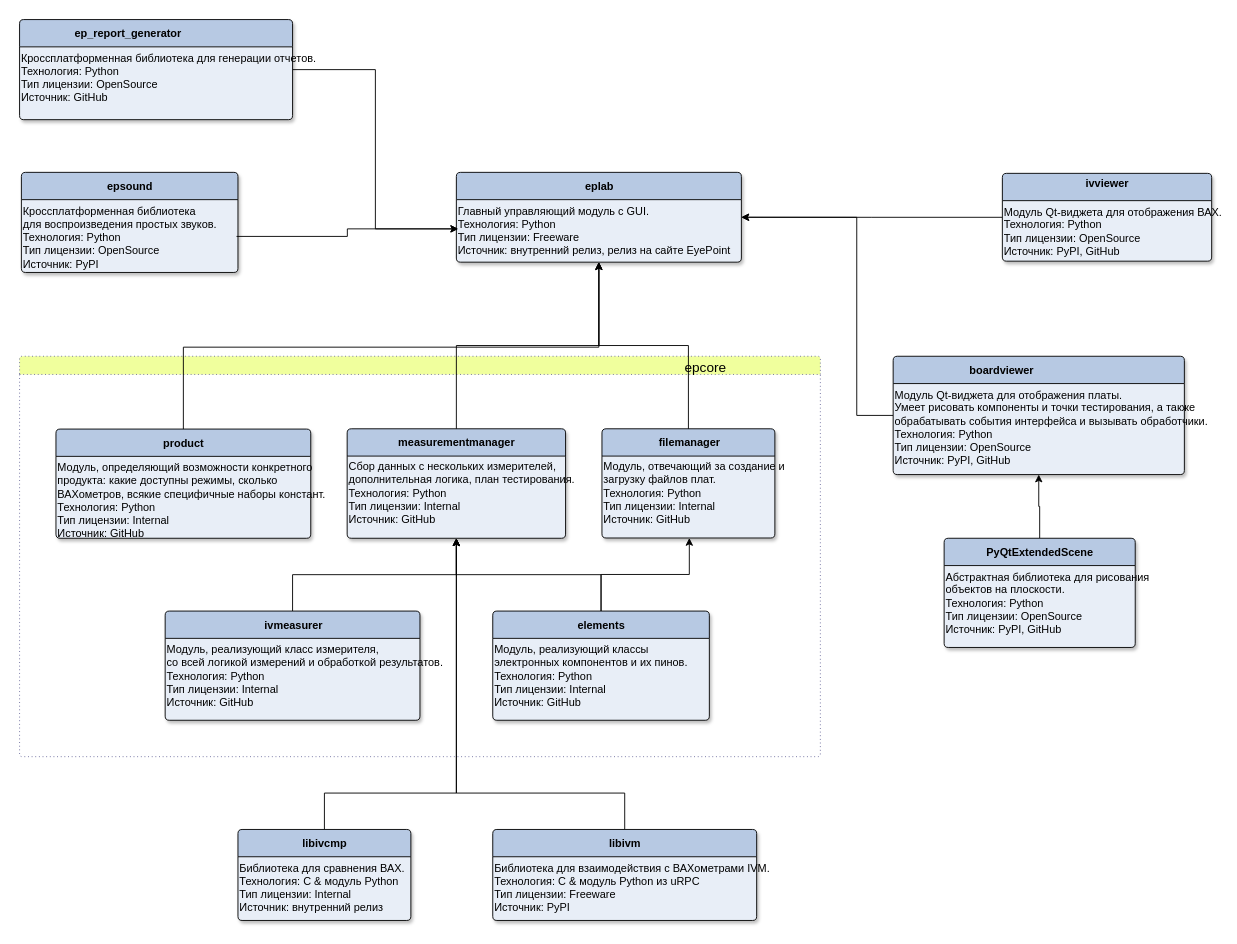
Earlier version of the draw.io diagram doc/eplab.drawio (EPC-MSU/EPLab). Source tidied: cells renumbered, new cells numbered last; positions are measured from the earlier drawing's top-left corner, leaving out a move shared by most shapes. Both pictures are drawn from the tidied source at 91%, with x=0, y=0 at pixel (19, 19).
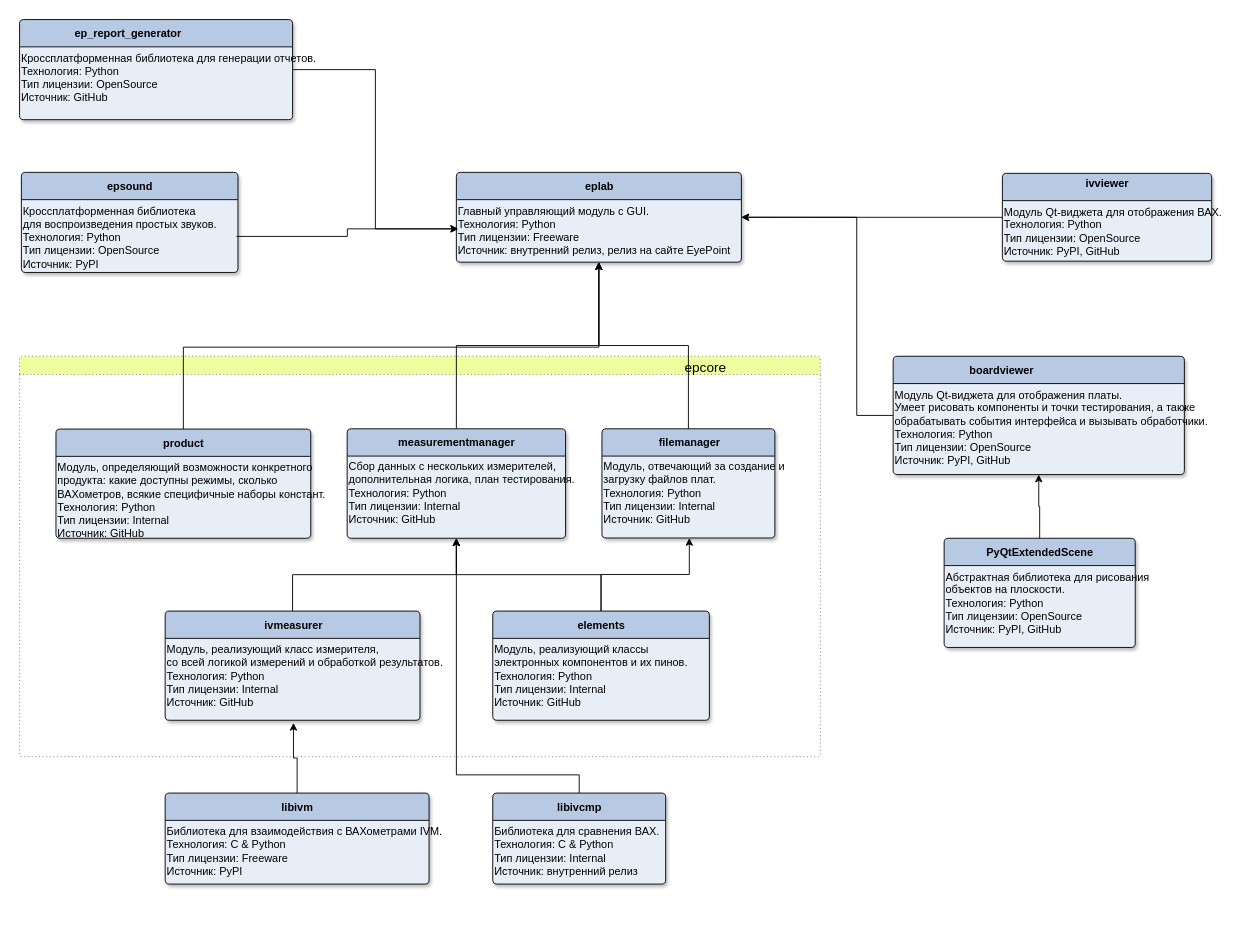
The same diagram, later.

Commit message:
Fixed drawing with architecture

Unchanged cells that the change refers to:
```xml
<mxCell id="27" value="Модуль, реализующий класс измерителя, &lt;br&gt;со всей логикой измерений и обработкой результатов.&lt;br&gt;Технология:&lt;span style=&quot;background-color: transparent; color: light-dark(rgb(0, 0, 0), rgb(237, 237, 237));&quot;&gt;&amp;nbsp;Python&lt;/span&gt;&lt;div&gt;Тип лицензии: Internal&lt;br&gt;Источник: GitHub&lt;/div&gt;" style="text;html=1;spacing=0;align=left;fontFamily=dialog;fontSize=12;fontStyle=0;=center;fontColor=#000000;verticalAlign=top;" parent="26" vertex="1">
  <mxGeometry x="2" y="30.7" width="278" height="92.2" as="geometry" />
</mxCell>
<mxCell id="40" style="graphMlID=n6::n4;gradientDirection=east;shape=swimlane;startSize=30;rounded=1;arcSize=5;fillColor=#B7C9E3;gradientColor=#b7c9e3;strokeColor=#000000;strokeWidth=1.0;shadow=1;swimlaneFillColor=#E8EEF7;" parent="24" vertex="1">
  <mxGeometry x="360" y="79.7" width="240" height="120.3" as="geometry" />
</mxCell>
```

What changed in the source:
```diff
@@
     <mxCell id="2" style="edgeStyle=orthogonalEdgeStyle;rounded=0;jettySize=auto;html=1;entryX=0.5;entryY=1;entryDx=0;entryDy=0;" parent="1" edge="1" source="3" target="40">
       <mxGeometry relative="1" as="geometry">
         <Array as="points">
-          <mxPoint x="335" y="850" />
-          <mxPoint x="480" y="850" />
+          <mxPoint x="615" y="830" />
+          <mxPoint x="480" y="830" />
         </Array>
       </mxGeometry>
     </mxCell>
     <mxCell id="3" style="graphMlID=n0;gradientDirection=east;shape=swimlane;startSize=30;rounded=1;arcSize=5;fillColor=#B7C9E3;gradientColor=#b7c9e3;strokeColor=#000000;strokeWidth=1.0;shadow=1;swimlaneFillColor=#E8EEF7;" parent="1" vertex="1">
-      <mxGeometry x="240" y="890" width="190" height="100" as="geometry" />
+      <mxGeometry x="520" y="850" width="190" height="100" as="geometry" />
     </mxCell>
-    <mxCell id="4" value="Библиотека для сравнения ВАХ.&lt;br&gt;Технология: C &amp;amp; модуль Python&lt;br&gt;Тип лицензии: Internal&lt;br&gt;Источник: внутренний релиз" style="text;html=1;spacing=0;align=left;fontFamily=dialog;fontSize=12;fontStyle=0;=center;fontColor=#000000;verticalAlign=top;" parent="3" vertex="1">
+    <mxCell id="4" value="Библиотека для сравнения ВАХ.&lt;br&gt;Технология: C &amp;amp; Python&lt;br&gt;Тип лицензии: Internal&lt;br&gt;Источник: внутренний релиз" style="text;html=1;spacing=0;align=left;fontFamily=dialog;fontSize=12;fontStyle=0;=center;fontColor=#000000;verticalAlign=top;" parent="3" vertex="1">
       <mxGeometry x="2" y="30.7" width="186.6" height="62.8" as="geometry" />
     </mxCell>
@@
-    <mxCell id="44" style="edgeStyle=orthogonalEdgeStyle;rounded=0;jettySize=auto;html=1;entryX=0.5;entryY=1;entryDx=0;entryDy=0;" parent="1" edge="1" source="45" target="40">
-      <mxGeometry relative="1" as="geometry">
-        <Array as="points">
-          <mxPoint x="665" y="850" />
-          <mxPoint x="480" y="850" />
-        </Array>
-      </mxGeometry>
-    </mxCell>
+    <mxCell id="56" style="edgeStyle=orthogonalEdgeStyle;rounded=0;jettySize=auto;html=1;entryX=0.5;entryY=1;entryDx=0;entryDy=0;" parent="1" edge="1" source="45" target="27">
+      <mxGeometry relative="1" as="geometry" />
+    </mxCell>
     <mxCell id="45" style="graphMlID=n7;gradientDirection=east;shape=swimlane;startSize=30;rounded=1;arcSize=5;fillColor=#B7C9E3;gradientColor=#b7c9e3;strokeColor=#000000;strokeWidth=1.0;shadow=1;swimlaneFillColor=#E8EEF7;" parent="1" vertex="1">
-      <mxGeometry x="520" y="890" width="290" height="100" as="geometry" />
+      <mxGeometry x="160" y="850" width="290" height="100" as="geometry" />
     </mxCell>
-    <mxCell id="46" value="Библиотека для взаимодействия с ВАХометрами IVM.&lt;br&gt;Технология: C &amp;amp; модуль Python из uRPC&lt;br&gt;Тип лицензии: Freeware&lt;br&gt;Источник: PyPI" style="text;html=1;spacing=0;align=left;fontFamily=dialog;fontSize=12;fontStyle=0;=center;fontColor=#000000;verticalAlign=top;" parent="45" vertex="1">
+    <mxCell id="46" value="Библиотека для взаимодействия с ВАХометрами IVM.&lt;br&gt;Технология: C &amp;amp; Python&lt;br&gt;Тип лицензии: Freeware&lt;br&gt;Источник: PyPI" style="text;html=1;spacing=0;align=left;fontFamily=dialog;fontSize=12;fontStyle=0;=center;fontColor=#000000;verticalAlign=top;" parent="45" vertex="1">
       <mxGeometry x="2" y="30.7" width="231.3" height="77.5" as="geometry" />
     </mxCell>
```
